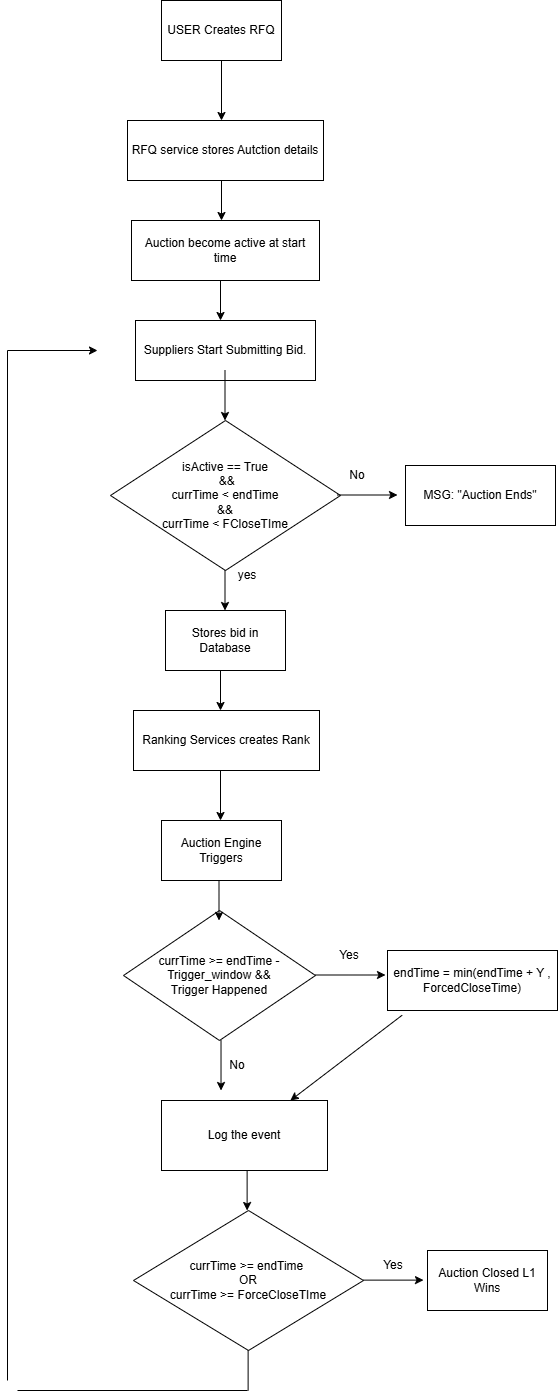
This is docs/workflow_diagram.png from aditya2005-code/TrueBid, a draw.io export, as it was before one commit. Source tidied: cells renumbered, new cells last; positions are measured from the earlier drawing's top-left corner, leaving out a move shared by most shapes.
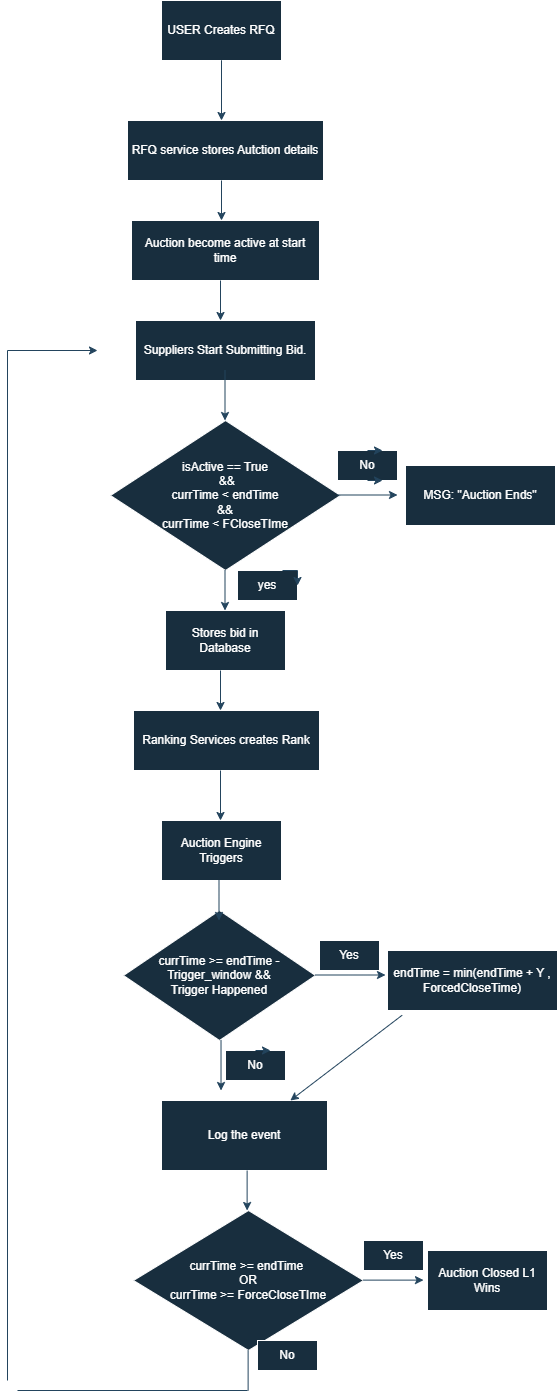
Later version of the same file.

Commit message:
docs(readme) : add High Level Design (HLD) Diagram.

Change to the diagram source:
```diff
@@ -2,10 +2,10 @@
   <root>
     <mxCell id="0" />
     <mxCell id="1" parent="0" />
-    <mxCell id="2" value="USER Creates RFQ" style="rounded=0;whiteSpace=wrap;html=1;" parent="1" vertex="1">
+    <mxCell id="2" value="USER Creates RFQ" style="rounded=0;whiteSpace=wrap;html=1;labelBackgroundColor=none;strokeColor=#FFFFFF;fillColor=#182E3E;fontColor=#FFFFFF;" parent="1" vertex="1">
       <mxGeometry x="154" width="120" height="60" as="geometry" />
     </mxCell>
-    <mxCell id="3" style="endArrow=classic;html=1;rounded=0;" parent="1" edge="1">
+    <mxCell id="3" style="endArrow=classic;html=1;rounded=0;labelBackgroundColor=none;fontColor=default;strokeColor=#23445D;" parent="1" edge="1">
       <mxGeometry relative="1" as="geometry">
         <mxPoint x="214" y="90" as="sourcePoint" />
         <mxPoint x="214" y="120" as="targetPoint" />
@@ -14,158 +14,173 @@
         </Array>
       </mxGeometry>
     </mxCell>
-    <mxCell id="4" value="RFQ service stores Autction details" style="rounded=0;whiteSpace=wrap;html=1;" parent="1" vertex="1">
+    <mxCell id="4" value="RFQ service stores Autction details" style="rounded=0;whiteSpace=wrap;html=1;labelBackgroundColor=none;strokeColor=#FFFFFF;fillColor=#182E3E;fontColor=#FFFFFF;" parent="1" vertex="1">
       <mxGeometry x="120" y="120" width="196" height="60" as="geometry" />
     </mxCell>
-    <mxCell id="5" style="endArrow=classic;html=1;rounded=0;" parent="1" edge="1">
+    <mxCell id="5" style="endArrow=classic;html=1;rounded=0;labelBackgroundColor=none;fontColor=default;strokeColor=#23445D;" parent="1" edge="1">
       <mxGeometry relative="1" as="geometry">
         <mxPoint x="214" y="180" as="sourcePoint" />
         <mxPoint x="214" y="220" as="targetPoint" />
       </mxGeometry>
     </mxCell>
-    <mxCell id="6" value="Auction become active at start time" style="rounded=0;whiteSpace=wrap;html=1;" parent="1" vertex="1">
+    <mxCell id="6" value="Auction become active at start time" style="rounded=0;whiteSpace=wrap;html=1;labelBackgroundColor=none;strokeColor=#FFFFFF;fillColor=#182E3E;fontColor=#FFFFFF;" parent="1" vertex="1">
       <mxGeometry x="124" y="220" width="188" height="60" as="geometry" />
     </mxCell>
-    <mxCell id="7" style="endArrow=classic;html=1;rounded=0;" parent="1" edge="1">
+    <mxCell id="7" style="endArrow=classic;html=1;rounded=0;labelBackgroundColor=none;fontColor=default;strokeColor=#23445D;" parent="1" edge="1">
       <mxGeometry relative="1" as="geometry">
         <mxPoint x="213" y="280" as="sourcePoint" />
         <mxPoint x="213" y="320" as="targetPoint" />
       </mxGeometry>
     </mxCell>
-    <mxCell id="8" value="Suppliers Start Submitting Bid." style="rounded=0;whiteSpace=wrap;html=1;" parent="1" vertex="1">
+    <mxCell id="8" value="Suppliers Start Submitting Bid." style="rounded=0;whiteSpace=wrap;html=1;labelBackgroundColor=none;strokeColor=#FFFFFF;fillColor=#182E3E;fontColor=#FFFFFF;" parent="1" vertex="1">
       <mxGeometry x="128" y="320" width="180" height="60" as="geometry" />
     </mxCell>
-    <mxCell id="9" value="isActive == True&lt;div&gt;&amp;nbsp;&amp;amp;&amp;amp;&lt;div&gt;currTime &amp;lt; endTime&lt;/div&gt;&lt;div&gt;&amp;amp;&amp;amp;&lt;/div&gt;&lt;/div&gt;&lt;div&gt;currTime &amp;lt; FCloseTIme&lt;/div&gt;" style="rhombus;whiteSpace=wrap;html=1;" parent="1" vertex="1">
+    <mxCell id="9" value="isActive == True&lt;div&gt;&amp;nbsp;&amp;amp;&amp;amp;&lt;div&gt;currTime &amp;lt; endTime&lt;/div&gt;&lt;div&gt;&amp;amp;&amp;amp;&lt;/div&gt;&lt;/div&gt;&lt;div&gt;currTime &amp;lt; FCloseTIme&lt;/div&gt;" style="rhombus;whiteSpace=wrap;html=1;labelBackgroundColor=none;strokeColor=#FFFFFF;fillColor=#182E3E;fontColor=#FFFFFF;" parent="1" vertex="1">
       <mxGeometry x="103" y="420" width="230" height="150" as="geometry" />
     </mxCell>
-    <mxCell id="10" style="endArrow=classic;html=1;rounded=0;" parent="1" edge="1">
+    <mxCell id="10" style="endArrow=classic;html=1;rounded=0;labelBackgroundColor=none;fontColor=default;strokeColor=#23445D;" parent="1" edge="1">
       <mxGeometry relative="1" as="geometry">
         <mxPoint x="217.5" y="370" as="sourcePoint" />
         <mxPoint x="217.5" y="420" as="targetPoint" />
       </mxGeometry>
     </mxCell>
-    <mxCell id="11" style="endArrow=classic;html=1;rounded=0;" parent="1" edge="1">
+    <mxCell id="11" style="endArrow=classic;html=1;rounded=0;labelBackgroundColor=none;fontColor=default;strokeColor=#23445D;" parent="1" edge="1">
       <mxGeometry relative="1" as="geometry">
         <mxPoint x="217.5" y="570" as="sourcePoint" />
         <mxPoint x="217.5" y="610" as="targetPoint" />
       </mxGeometry>
     </mxCell>
-    <mxCell id="12" value="Stores bid in Database" style="rounded=0;whiteSpace=wrap;html=1;" parent="1" vertex="1">
+    <mxCell id="12" value="Stores bid in Database" style="rounded=0;whiteSpace=wrap;html=1;labelBackgroundColor=none;strokeColor=#FFFFFF;fillColor=#182E3E;fontColor=#FFFFFF;" parent="1" vertex="1">
       <mxGeometry x="158" y="610" width="120" height="60" as="geometry" />
     </mxCell>
-    <mxCell id="13" style="endArrow=classic;html=1;rounded=0;" parent="1" edge="1">
+    <mxCell id="13" style="endArrow=classic;html=1;rounded=0;labelBackgroundColor=none;fontColor=default;strokeColor=#23445D;" parent="1" edge="1">
       <mxGeometry relative="1" as="geometry">
         <mxPoint x="213" y="670" as="sourcePoint" />
         <mxPoint x="213" y="710" as="targetPoint" />
       </mxGeometry>
     </mxCell>
-    <mxCell id="14" value="Ranking Services creates Rank" style="rounded=0;whiteSpace=wrap;html=1;" parent="1" vertex="1">
+    <mxCell id="14" value="Ranking Services creates Rank" style="rounded=0;whiteSpace=wrap;html=1;labelBackgroundColor=none;strokeColor=#FFFFFF;fillColor=#182E3E;fontColor=#FFFFFF;" parent="1" vertex="1">
       <mxGeometry x="126" y="710" width="186" height="60" as="geometry" />
     </mxCell>
-    <mxCell id="15" style="endArrow=classic;html=1;rounded=0;" parent="1" edge="1">
+    <mxCell id="15" style="endArrow=classic;html=1;rounded=0;labelBackgroundColor=none;fontColor=default;strokeColor=#23445D;" parent="1" edge="1">
       <mxGeometry relative="1" as="geometry">
         <mxPoint x="213" y="770" as="sourcePoint" />
         <mxPoint x="213" y="820" as="targetPoint" />
       </mxGeometry>
     </mxCell>
-    <mxCell id="16" value="Auction Engine Triggers" style="rounded=0;whiteSpace=wrap;html=1;" parent="1" vertex="1">
+    <mxCell id="16" value="Auction Engine Triggers" style="rounded=0;whiteSpace=wrap;html=1;labelBackgroundColor=none;strokeColor=#FFFFFF;fillColor=#182E3E;fontColor=#FFFFFF;" parent="1" vertex="1">
       <mxGeometry x="154" y="820" width="120" height="60" as="geometry" />
     </mxCell>
-    <mxCell id="17" value="currTime &amp;gt;= endTime - Trigger_window &amp;amp;&amp;amp;&lt;div&gt;Trigger Happened&lt;/div&gt;" style="rhombus;whiteSpace=wrap;html=1;" parent="1" vertex="1">
+    <mxCell id="17" value="currTime &amp;gt;= endTime - Trigger_window &amp;amp;&amp;amp;&lt;div&gt;Trigger Happened&lt;/div&gt;" style="rhombus;whiteSpace=wrap;html=1;labelBackgroundColor=none;strokeColor=#FFFFFF;fillColor=#182E3E;fontColor=#FFFFFF;" parent="1" vertex="1">
       <mxGeometry x="116" y="910" width="192" height="130" as="geometry" />
     </mxCell>
-    <mxCell id="18" style="endArrow=classic;html=1;rounded=0;" parent="1" edge="1">
+    <mxCell id="18" style="endArrow=classic;html=1;rounded=0;labelBackgroundColor=none;fontColor=default;strokeColor=#23445D;" parent="1" edge="1">
       <mxGeometry relative="1" as="geometry">
         <mxPoint x="211.5" y="880" as="sourcePoint" />
         <mxPoint x="211.5" y="920" as="targetPoint" />
       </mxGeometry>
     </mxCell>
-    <mxCell id="19" style="endArrow=classic;html=1;rounded=0;" parent="1" edge="1">
+    <mxCell id="19" style="endArrow=classic;html=1;rounded=0;labelBackgroundColor=none;fontColor=default;strokeColor=#23445D;" parent="1" edge="1">
       <mxGeometry relative="1" as="geometry">
         <mxPoint x="308" y="974.5" as="sourcePoint" />
         <mxPoint x="378" y="974.5" as="targetPoint" />
       </mxGeometry>
     </mxCell>
-    <mxCell id="20" value="Yes" style="text;html=1;whiteSpace=wrap;strokeColor=none;fillColor=none;align=center;verticalAlign=middle;rounded=0;" parent="1" vertex="1">
+    <mxCell id="20" value="Yes" style="text;html=1;whiteSpace=wrap;strokeColor=#FFFFFF;fillColor=#182E3E;align=center;verticalAlign=middle;rounded=0;labelBackgroundColor=none;fontColor=#FFFFFF;" parent="1" vertex="1">
       <mxGeometry x="312" y="940" width="60" height="30" as="geometry" />
     </mxCell>
-    <mxCell id="21" value="yes" style="text;html=1;whiteSpace=wrap;strokeColor=none;fillColor=none;align=center;verticalAlign=middle;rounded=0;" parent="1" vertex="1">
-      <mxGeometry x="210" y="560" width="60" height="30" as="geometry" />
+    <mxCell id="21" value="yes" style="text;html=1;whiteSpace=wrap;strokeColor=#FFFFFF;fillColor=#182E3E;align=center;verticalAlign=middle;rounded=0;labelBackgroundColor=none;fontColor=#FFFFFF;" parent="1" vertex="1">
+      <mxGeometry x="230" y="570" width="60" height="30" as="geometry" />
     </mxCell>
-    <mxCell id="22" style="endArrow=classic;html=1;rounded=0;" parent="1" edge="1">
+    <mxCell id="22" style="endArrow=classic;html=1;rounded=0;labelBackgroundColor=none;fontColor=default;strokeColor=#23445D;" parent="1" edge="1">
       <mxGeometry relative="1" as="geometry">
         <mxPoint x="330" y="494.5" as="sourcePoint" />
         <mxPoint x="390" y="494.5" as="targetPoint" />
       </mxGeometry>
     </mxCell>
-    <mxCell id="23" value="No" style="text;html=1;whiteSpace=wrap;strokeColor=none;fillColor=none;align=center;verticalAlign=middle;rounded=0;" parent="1" vertex="1">
-      <mxGeometry x="320" y="460" width="60" height="30" as="geometry" />
+    <mxCell id="23" value="No" style="text;html=1;whiteSpace=wrap;strokeColor=#FFFFFF;fillColor=#182E3E;align=center;verticalAlign=middle;rounded=0;labelBackgroundColor=none;fontColor=#FFFFFF;" parent="1" vertex="1">
+      <mxGeometry x="330" y="450" width="60" height="30" as="geometry" />
     </mxCell>
-    <mxCell id="24" value="MSG: &quot;Auction Ends&quot;" style="rounded=0;whiteSpace=wrap;html=1;" parent="1" vertex="1">
+    <mxCell id="24" value="MSG: &quot;Auction Ends&quot;" style="rounded=0;whiteSpace=wrap;html=1;labelBackgroundColor=none;strokeColor=#FFFFFF;fillColor=#182E3E;fontColor=#FFFFFF;" parent="1" vertex="1">
       <mxGeometry x="398" y="465" width="150" height="60" as="geometry" />
     </mxCell>
-    <mxCell id="25" value="endTime = min(endTime + Y , ForcedCloseTime)" style="rounded=0;whiteSpace=wrap;html=1;" parent="1" vertex="1">
+    <mxCell id="25" value="endTime = min(endTime + Y , ForcedCloseTime)" style="rounded=0;whiteSpace=wrap;html=1;labelBackgroundColor=none;strokeColor=#FFFFFF;fillColor=#182E3E;fontColor=#FFFFFF;" parent="1" vertex="1">
       <mxGeometry x="380" y="950" width="170" height="60" as="geometry" />
     </mxCell>
-    <mxCell id="26" style="endArrow=classic;html=1;rounded=0;" parent="1" edge="1">
+    <mxCell id="26" style="endArrow=classic;html=1;rounded=0;labelBackgroundColor=none;fontColor=default;strokeColor=#23445D;" parent="1" edge="1">
       <mxGeometry relative="1" as="geometry">
         <mxPoint x="213.5" y="1040" as="sourcePoint" />
         <mxPoint x="213.5" y="1090" as="targetPoint" />
       </mxGeometry>
     </mxCell>
-    <mxCell id="27" value="Log the event" style="rounded=0;whiteSpace=wrap;html=1;" parent="1" vertex="1">
+    <mxCell id="27" value="Log the event" style="rounded=0;whiteSpace=wrap;html=1;labelBackgroundColor=none;strokeColor=#FFFFFF;fillColor=#182E3E;fontColor=#FFFFFF;" parent="1" vertex="1">
       <mxGeometry x="154" y="1100" width="166" height="70" as="geometry" />
     </mxCell>
-    <mxCell id="28" style="endArrow=classic;html=1;rounded=0;exitX=0.086;exitY=1.079;exitDx=0;exitDy=0;exitPerimeter=0;" parent="1" edge="1" source="25" target="27">
+    <mxCell id="28" style="endArrow=classic;html=1;rounded=0;exitX=0.086;exitY=1.079;exitDx=0;exitDy=0;exitPerimeter=0;labelBackgroundColor=none;fontColor=default;strokeColor=#23445D;" parent="1" edge="1" source="25" target="27">
       <mxGeometry relative="1" as="geometry" />
     </mxCell>
-    <mxCell id="29" value="currTime &amp;gt;= endTime&amp;nbsp;&lt;div&gt;OR&lt;/div&gt;&lt;div&gt;currTime &amp;gt;= ForceCloseTIme&lt;/div&gt;" style="rhombus;whiteSpace=wrap;html=1;" parent="1" vertex="1">
+    <mxCell id="29" value="currTime &amp;gt;= endTime&amp;nbsp;&lt;div&gt;OR&lt;/div&gt;&lt;div&gt;currTime &amp;gt;= ForceCloseTIme&lt;/div&gt;" style="rhombus;whiteSpace=wrap;html=1;labelBackgroundColor=none;strokeColor=#FFFFFF;fillColor=#182E3E;fontColor=#FFFFFF;" parent="1" vertex="1">
       <mxGeometry x="126" y="1210" width="230" height="140" as="geometry" />
     </mxCell>
-    <mxCell id="30" style="endArrow=classic;html=1;rounded=0;" parent="1" edge="1">
+    <mxCell id="30" style="endArrow=classic;html=1;rounded=0;labelBackgroundColor=none;fontColor=default;strokeColor=#23445D;" parent="1" edge="1">
       <mxGeometry relative="1" as="geometry">
         <mxPoint x="239.6" y="1170" as="sourcePoint" />
         <mxPoint x="239.6" y="1210" as="targetPoint" />
       </mxGeometry>
     </mxCell>
-    <mxCell id="31" style="endArrow=classic;html=1;rounded=0;" parent="1" edge="1">
+    <mxCell id="31" style="endArrow=classic;html=1;rounded=0;labelBackgroundColor=none;fontColor=default;strokeColor=#23445D;" parent="1" edge="1">
       <mxGeometry relative="1" as="geometry">
         <mxPoint x="356" y="1279.6" as="sourcePoint" />
         <mxPoint x="416" y="1279.6" as="targetPoint" />
       </mxGeometry>
     </mxCell>
-    <mxCell id="32" value="Auction Closed L1 Wins" style="rounded=0;whiteSpace=wrap;html=1;" parent="1" vertex="1">
+    <mxCell id="32" value="Auction Closed L1 Wins" style="rounded=0;whiteSpace=wrap;html=1;labelBackgroundColor=none;strokeColor=#FFFFFF;fillColor=#182E3E;fontColor=#FFFFFF;" parent="1" vertex="1">
       <mxGeometry x="420" y="1250" width="120" height="60" as="geometry" />
     </mxCell>
-    <mxCell id="33" value="Yes" style="text;html=1;whiteSpace=wrap;strokeColor=none;fillColor=none;align=center;verticalAlign=middle;rounded=0;" parent="1" vertex="1">
-      <mxGeometry x="356" y="1250" width="60" height="30" as="geometry" />
+    <mxCell id="33" value="Yes" style="text;html=1;whiteSpace=wrap;strokeColor=#FFFFFF;fillColor=#182E3E;align=center;verticalAlign=middle;rounded=0;labelBackgroundColor=none;fontColor=#FFFFFF;" parent="1" vertex="1">
+      <mxGeometry x="356" y="1240" width="60" height="30" as="geometry" />
     </mxCell>
-    <mxCell id="34" value="No" style="text;html=1;whiteSpace=wrap;strokeColor=none;fillColor=none;align=center;verticalAlign=middle;rounded=0;" parent="1" vertex="1">
-      <mxGeometry x="200" y="1050" width="60" height="30" as="geometry" />
+    <mxCell id="34" value="No" style="text;html=1;whiteSpace=wrap;strokeColor=#FFFFFF;fillColor=#182E3E;align=center;verticalAlign=middle;rounded=0;labelBackgroundColor=none;fontColor=#FFFFFF;" parent="1" vertex="1">
+      <mxGeometry x="218" y="1050" width="60" height="30" as="geometry" />
     </mxCell>
-    <mxCell id="35" style="endArrow=none;html=1;rounded=0;" parent="1" edge="1">
+    <mxCell id="35" style="endArrow=none;html=1;rounded=0;labelBackgroundColor=none;fontColor=default;strokeColor=#23445D;" parent="1" edge="1">
       <mxGeometry relative="1" as="geometry">
         <mxPoint x="240.6" y="1390" as="sourcePoint" />
         <mxPoint x="240.6" y="1350" as="targetPoint" />
       </mxGeometry>
     </mxCell>
-    <mxCell id="36" style="endArrow=none;html=1;rounded=0;" parent="1" edge="1">
+    <mxCell id="36" style="endArrow=none;html=1;rounded=0;labelBackgroundColor=none;fontColor=default;strokeColor=#23445D;" parent="1" edge="1">
       <mxGeometry relative="1" as="geometry">
         <mxPoint x="10" y="1390" as="sourcePoint" />
         <mxPoint x="240" y="1390" as="targetPoint" />
       </mxGeometry>
     </mxCell>
-    <mxCell id="37" style="endArrow=none;html=1;rounded=0;" parent="1" edge="1">
+    <mxCell id="37" style="endArrow=none;html=1;rounded=0;labelBackgroundColor=none;fontColor=default;strokeColor=#23445D;" parent="1" edge="1">
       <mxGeometry relative="1" as="geometry">
         <mxPoint y="1380" as="sourcePoint" />
         <mxPoint y="350" as="targetPoint" />
       </mxGeometry>
     </mxCell>
-    <mxCell id="38" style="endArrow=classic;html=1;rounded=0;" parent="1" edge="1">
+    <mxCell id="38" style="endArrow=classic;html=1;rounded=0;labelBackgroundColor=none;fontColor=default;strokeColor=#23445D;" parent="1" edge="1">
       <mxGeometry relative="1" as="geometry">
         <mxPoint y="350" as="sourcePoint" />
         <mxPoint x="90" y="350" as="targetPoint" />
       </mxGeometry>
     </mxCell>
+    <mxCell id="39" style="edgeStyle=orthogonalEdgeStyle;rounded=0;orthogonalLoop=1;jettySize=auto;html=1;exitX=0.75;exitY=0;exitDx=0;exitDy=0;entryX=1;entryY=0.5;entryDx=0;entryDy=0;strokeColor=#23445D;fontColor=default;labelBackgroundColor=none;" parent="1" edge="1" source="21" target="21">
+      <mxGeometry relative="1" as="geometry" />
+    </mxCell>
+    <mxCell id="40" style="edgeStyle=orthogonalEdgeStyle;rounded=0;orthogonalLoop=1;jettySize=auto;html=1;exitX=0.5;exitY=1;exitDx=0;exitDy=0;entryX=0.75;entryY=1;entryDx=0;entryDy=0;strokeColor=#23445D;fontColor=default;labelBackgroundColor=none;" parent="1" edge="1" source="23" target="23">
+      <mxGeometry relative="1" as="geometry" />
+    </mxCell>
+    <mxCell id="41" style="edgeStyle=orthogonalEdgeStyle;rounded=0;orthogonalLoop=1;jettySize=auto;html=1;exitX=0.5;exitY=0;exitDx=0;exitDy=0;entryX=0.75;entryY=0;entryDx=0;entryDy=0;strokeColor=#23445D;fontColor=default;labelBackgroundColor=none;" parent="1" edge="1" source="23" target="23">
+      <mxGeometry relative="1" as="geometry" />
+    </mxCell>
+    <mxCell id="42" style="edgeStyle=orthogonalEdgeStyle;rounded=0;orthogonalLoop=1;jettySize=auto;html=1;exitX=0.5;exitY=0;exitDx=0;exitDy=0;entryX=0.75;entryY=0;entryDx=0;entryDy=0;strokeColor=#23445D;fontColor=default;labelBackgroundColor=none;" parent="1" edge="1" source="34" target="34">
+      <mxGeometry relative="1" as="geometry" />
+    </mxCell>
+    <mxCell id="43" value="No" style="text;html=1;whiteSpace=wrap;strokeColor=#FFFFFF;fillColor=#182E3E;align=center;verticalAlign=middle;rounded=0;labelBackgroundColor=none;fontColor=#FFFFFF;" parent="1" vertex="1">
+      <mxGeometry x="250" y="1340" width="60" height="30" as="geometry" />
+    </mxCell>
   </root>
 </mxGraphModel>
```
